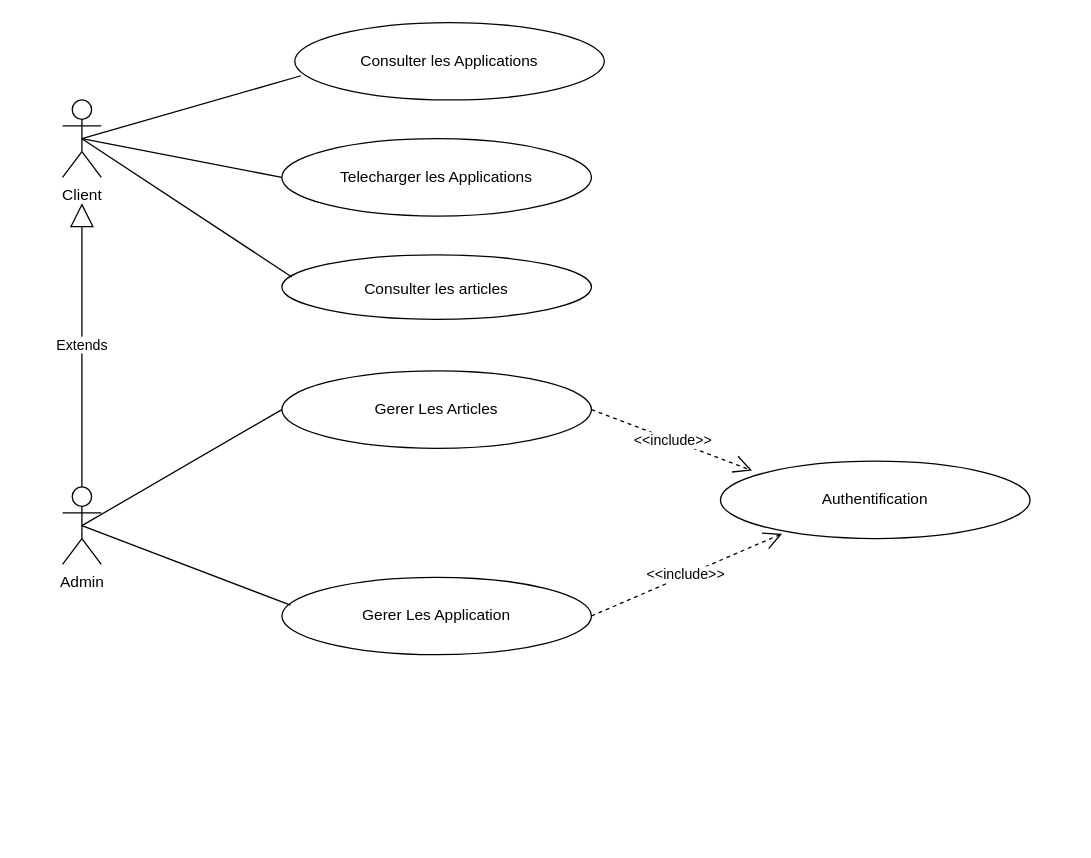
amine-ui/Test-React keeps this draw.io diagram as page "use case" (2 of 4) of Diagramme sans nom.drawio. Above is the earlier version. Source tidied: cells renumbered, new cells numbered last; positions are measured from the earlier drawing's top-left corner, leaving out a move shared by most shapes. Both pictures are drawn from the tidied source at 129%, with x=0, y=0 at pixel (62, 22).
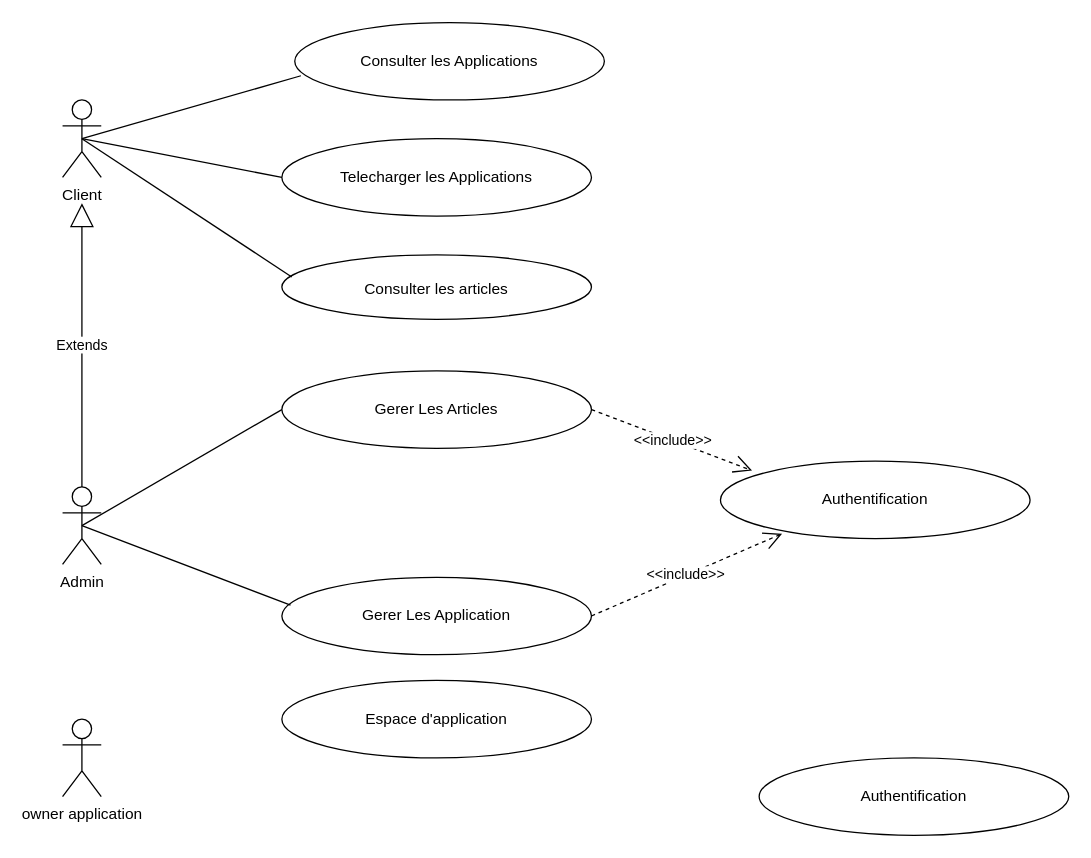
The same page after the edit.

The edit, as a diff of the source:
```diff
@@
+    <mxCell id="18" value="owner application" style="shape=umlActor;verticalLabelPosition=bottom;verticalAlign=top;html=1;" parent="1" vertex="1">
+      <mxGeometry y="540" width="30" height="60" as="geometry" />
+    </mxCell>
+    <mxCell id="19" value="Espace d'application" style="ellipse;whiteSpace=wrap;html=1;" parent="1" vertex="1">
+      <mxGeometry x="170" y="510" width="240" height="60" as="geometry" />
+    </mxCell>
+    <mxCell id="20" value="Authentification" style="ellipse;whiteSpace=wrap;html=1;" parent="1" vertex="1">
+      <mxGeometry x="540" y="570" width="240" height="60" as="geometry" />
+    </mxCell>
```
